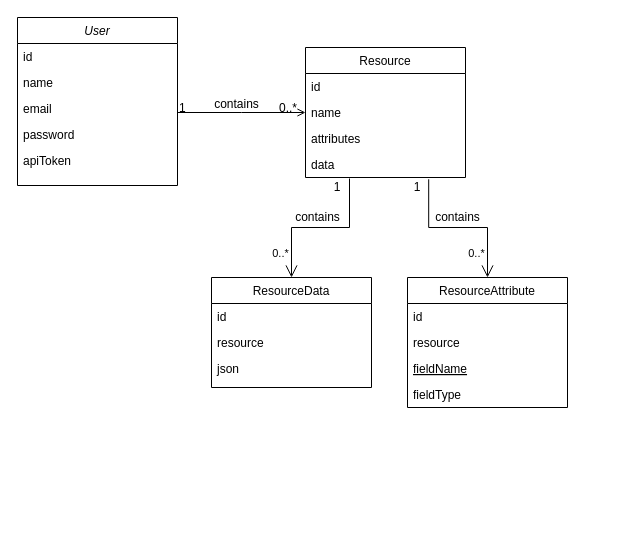
Above: documentation/fapi.drawio in emersonrjr03/fapi-api (draw.io), before the change. Source tidied: cells renumbered, new cells numbered last; positions are measured from the earlier drawing's top-left corner, leaving out a move shared by most shapes. Both pictures are drawn from the tidied source at 100%, with x=0, y=0 at pixel (17, 17).
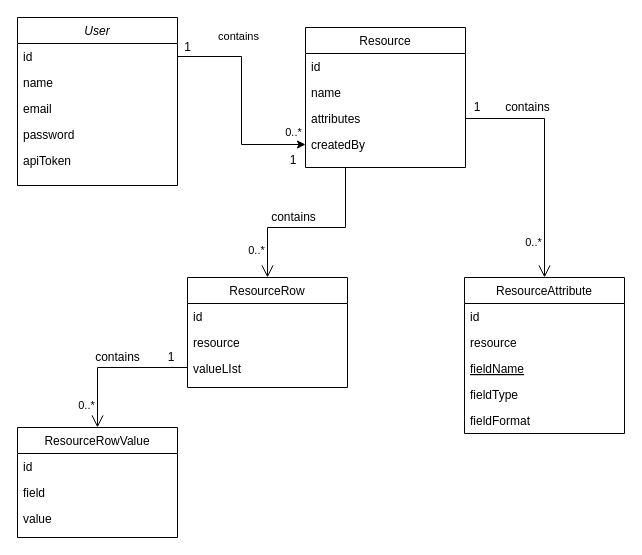
The same page after the edit.

Unchanged cells that the change refers to:
```xml
<mxCell id="2" value="User" style="swimlane;fontStyle=2;align=center;verticalAlign=top;horizontal=1;startSize=26;rounded=0;shadow=0;strokeWidth=1;" parent="1" vertex="1">
  <mxGeometry width="160" height="168" as="geometry" />
</mxCell>
<mxCell id="3" value="id" style="text;align=left;verticalAlign=top;spacingLeft=4;spacingRight=4;overflow=hidden;points=[[0,0.5],[1,0.5]];portConstraint=eastwest;" parent="2" vertex="1">
  <mxGeometry y="26" width="160" height="26" as="geometry" />
</mxCell>
<mxCell id="13" value="attributes" style="text;align=left;verticalAlign=top;spacingLeft=4;spacingRight=4;overflow=hidden;points=[[0,0.5],[1,0.5]];portConstraint=eastwest;rounded=0;shadow=0;html=0;" parent="10" vertex="1">
  <mxGeometry y="78" width="160" height="26" as="geometry" />
</mxCell>
```

The edit, as a diff of the source:
```diff
@@
-    <mxCell id="8" style="endArrow=open;endSize=10;endFill=0;shadow=0;strokeWidth=1;rounded=0;edgeStyle=elbowEdgeStyle;elbow=vertical;exitX=0.77;exitY=1.069;exitDx=0;exitDy=0;exitPerimeter=0;entryX=0.5;entryY=0;entryDx=0;entryDy=0;" parent="1" edge="1" source="14" target="23">
+    <mxCell id="8" style="endArrow=open;endSize=10;endFill=0;shadow=0;strokeWidth=1;rounded=0;edgeStyle=elbowEdgeStyle;elbow=vertical;exitX=1;exitY=0.5;exitDx=0;exitDy=0;entryX=0.5;entryY=0;entryDx=0;entryDy=0;" parent="1" edge="1" source="13" target="23">
       <mxGeometry relative="1" as="geometry">
         <Array as="points">
-          <mxPoint x="420" y="210" />
+          <mxPoint x="490" y="101" />
           <mxPoint x="390" y="200" />
         </Array>
       </mxGeometry>
     </mxCell>
@@
     <mxCell id="10" value="Resource" style="swimlane;fontStyle=0;align=center;verticalAlign=top;horizontal=1;startSize=26;rounded=0;shadow=0;strokeWidth=1;" parent="1" vertex="1">
-      <mxGeometry x="288" y="30" width="160" height="130" as="geometry" />
+      <mxGeometry x="288" y="10" width="160" height="140" as="geometry" />
     </mxCell>
@@
-    <mxCell id="14" value="data" style="text;align=left;verticalAlign=top;spacingLeft=4;spacingRight=4;overflow=hidden;points=[[0,0.5],[1,0.5]];portConstraint=eastwest;rounded=0;shadow=0;html=0;" parent="10" vertex="1">
+    <mxCell id="14" value="createdBy" style="text;align=left;verticalAlign=top;spacingLeft=4;spacingRight=4;overflow=hidden;points=[[0,0.5],[1,0.5]];portConstraint=eastwest;rounded=0;shadow=0;html=0;" parent="10" vertex="1">
       <mxGeometry y="104" width="160" height="26" as="geometry" />
     </mxCell>
-    <mxCell id="15" style="endArrow=open;shadow=0;strokeWidth=1;rounded=0;endFill=1;edgeStyle=elbowEdgeStyle;elbow=vertical;" parent="1" edge="1" source="2" target="10">
-      <mxGeometry x="0.5" y="41" relative="1" as="geometry">
-        <mxPoint x="-40" y="32" as="offset" />
-      </mxGeometry>
-    </mxCell>
-    <mxCell id="16" value="1" style="align=left;verticalAlign=bottom;labelBackgroundColor=none;fontSize=12;" parent="15" vertex="1">
-      <mxGeometry x="-1" relative="1" as="geometry">
-        <mxPoint y="4" as="offset" />
-      </mxGeometry>
-    </mxCell>
-    <mxCell id="17" value="0..*" style="align=right;verticalAlign=bottom;labelBackgroundColor=none;fontSize=12;" parent="15" vertex="1">
-      <mxGeometry x="1" relative="1" as="geometry">
-        <mxPoint x="-7" y="4" as="offset" />
-      </mxGeometry>
-    </mxCell>
-    <mxCell id="18" value="contains" style="text;html=1;align=center;verticalAlign=middle;labelBackgroundColor=none;rounded=0;shadow=0;strokeWidth=1;fontSize=12;" parent="15" vertex="1">
-      <mxGeometry x="0.5" y="49" relative="1" as="geometry">
-        <mxPoint x="-38" y="40" as="offset" />
-      </mxGeometry>
-    </mxCell>
     <mxCell id="19" value="1" style="text;html=1;strokeColor=none;fillColor=none;align=center;verticalAlign=middle;whiteSpace=wrap;rounded=0;" parent="1" vertex="1">
-      <mxGeometry x="380" y="160" width="40" height="20" as="geometry" />
+      <mxGeometry x="440" y="80" width="40" height="20" as="geometry" />
     </mxCell>
     <mxCell id="20" value="contains" style="text;html=1;align=center;verticalAlign=middle;" parent="1" vertex="1">
-      <mxGeometry x="410" y="190" width="60" height="20" as="geometry" />
+      <mxGeometry x="480" y="80" width="60" height="20" as="geometry" />
     </mxCell>
-    <mxCell id="21" style="endArrow=open;endSize=10;endFill=0;shadow=0;strokeWidth=1;rounded=0;edgeStyle=elbowEdgeStyle;elbow=vertical;exitX=0.275;exitY=1.038;exitDx=0;exitDy=0;exitPerimeter=0;entryX=0.5;entryY=0;entryDx=0;entryDy=0;" parent="1" edge="1" source="14" target="30">
-      <mxGeometry relative="1" as="geometry" />
+    <mxCell id="21" style="endArrow=open;endSize=10;endFill=0;shadow=0;strokeWidth=1;rounded=0;edgeStyle=elbowEdgeStyle;elbow=vertical;entryX=0.5;entryY=0;entryDx=0;entryDy=0;exitX=0.25;exitY=1;exitDx=0;exitDy=0;" parent="1" edge="1" source="10" target="30">
+      <mxGeometry relative="1" as="geometry">
+        <Array as="points">
+          <mxPoint x="290" y="210" />
+        </Array>
+      </mxGeometry>
     </mxCell>
@@
+    <mxCell id="28" value="1" style="text;html=1;strokeColor=none;fillColor=none;align=center;verticalAlign=middle;whiteSpace=wrap;rounded=0;" parent="1" vertex="1">
+      <mxGeometry x="266" y="133" width="20" height="20" as="geometry" />
+    </mxCell>
+    <mxCell id="29" value="contains" style="text;html=1;align=center;verticalAlign=middle;" parent="1" vertex="1">
+      <mxGeometry x="246" y="190" width="60" height="20" as="geometry" />
+    </mxCell>
+    <mxCell id="34" value="1" style="text;html=1;strokeColor=none;fillColor=none;align=center;verticalAlign=middle;whiteSpace=wrap;rounded=0;" parent="1" vertex="1">
+      <mxGeometry x="148" y="330" width="12" height="20" as="geometry" />
+    </mxCell>
+    <mxCell id="35" value="contains" style="text;html=1;align=center;verticalAlign=middle;" parent="1" vertex="1">
+      <mxGeometry x="70" y="330" width="60" height="20" as="geometry" />
+    </mxCell>
+    <mxCell id="36" style="endArrow=open;endSize=10;endFill=0;shadow=0;strokeWidth=1;rounded=0;edgeStyle=elbowEdgeStyle;elbow=vertical;exitX=0;exitY=0.5;exitDx=0;exitDy=0;entryX=0.5;entryY=0;entryDx=0;entryDy=0;" parent="1" edge="1" source="33" target="42">
+      <mxGeometry relative="1" as="geometry">
+        <Array as="points">
+          <mxPoint x="140" y="350" />
+        </Array>
+      </mxGeometry>
+    </mxCell>
+    <mxCell id="37" value="0..*" style="edgeLabel;html=1;align=center;verticalAlign=middle;" parent="36" vertex="1">
+      <mxGeometry x="0.7" y="-2" relative="1" as="geometry">
+        <mxPoint x="-10" as="offset" />
+      </mxGeometry>
+    </mxCell>
+    <mxCell id="38" style="edgeStyle=orthogonalEdgeStyle;rounded=0;jettySize=auto;html=1;exitX=1;exitY=0.5;exitDx=0;exitDy=0;entryX=0;entryY=0.5;entryDx=0;entryDy=0;" parent="1" edge="1" source="3" target="14">
+      <mxGeometry relative="1" as="geometry" />
+    </mxCell>
+    <mxCell id="39" value="0..*" style="edgeLabel;html=1;align=center;verticalAlign=middle;" parent="38" vertex="1">
+      <mxGeometry x="0.89" y="1" relative="1" as="geometry">
+        <mxPoint x="-0.8" y="-12" as="offset" />
+      </mxGeometry>
+    </mxCell>
+    <mxCell id="40" value="contains" style="edgeLabel;html=1;align=center;verticalAlign=middle;" parent="38" vertex="1">
+      <mxGeometry x="0.11" relative="1" as="geometry">
+        <mxPoint x="-4" y="-76.1" as="offset" />
+      </mxGeometry>
+    </mxCell>
+    <mxCell id="41" value="1" style="text;html=1;align=center;verticalAlign=middle;" parent="1" vertex="1">
+      <mxGeometry x="160" y="20" width="20" height="20" as="geometry" />
+    </mxCell>
+    <mxCell id="42" value="ResourceRowValue" style="swimlane;fontStyle=0;align=center;verticalAlign=top;horizontal=1;startSize=26;rounded=0;shadow=0;strokeWidth=1;" parent="1" vertex="1">
+      <mxGeometry y="410" width="160" height="110" as="geometry" />
+    </mxCell>
+    <mxCell id="43" value="id" style="text;align=left;verticalAlign=top;spacingLeft=4;spacingRight=4;overflow=hidden;" parent="42" vertex="1">
+      <mxGeometry y="26" width="160" height="26" as="geometry" />
+    </mxCell>
+    <mxCell id="44" value="field" style="text;align=left;verticalAlign=top;spacingLeft=4;spacingRight=4;overflow=hidden;" parent="42" vertex="1">
+      <mxGeometry y="52" width="160" height="26" as="geometry" />
+    </mxCell>
+    <mxCell id="45" value="value" style="text;align=left;verticalAlign=top;spacingLeft=4;spacingRight=4;overflow=hidden;" parent="42" vertex="1">
+      <mxGeometry y="78" width="160" height="26" as="geometry" />
+    </mxCell>
     <mxCell id="23" value="ResourceAttribute" style="swimlane;fontStyle=0;align=center;verticalAlign=top;horizontal=1;startSize=26;rounded=0;shadow=0;strokeWidth=1;" parent="1" vertex="1">
-      <mxGeometry x="390" y="260" width="160" height="130" as="geometry" />
+      <mxGeometry x="447" y="260" width="160" height="156" as="geometry" />
     </mxCell>
@@
-    <mxCell id="28" value="1" style="text;html=1;strokeColor=none;fillColor=none;align=center;verticalAlign=middle;whiteSpace=wrap;rounded=0;" parent="1" vertex="1">
-      <mxGeometry x="300" y="160" width="40" height="20" as="geometry" />
-    </mxCell>
-    <mxCell id="29" value="contains" style="text;html=1;align=center;verticalAlign=middle;" parent="1" vertex="1">
-      <mxGeometry x="270" y="190" width="60" height="20" as="geometry" />
-    </mxCell>
+    <mxCell id="46" value="fieldFormat" style="text;align=left;verticalAlign=top;spacingLeft=4;spacingRight=4;overflow=hidden;" parent="23" vertex="1">
+      <mxGeometry y="130" width="160" height="26" as="geometry" />
+    </mxCell>
-    <mxCell id="30" value="ResourceData" style="swimlane;fontStyle=0;align=center;verticalAlign=top;horizontal=1;startSize=26;rounded=0;shadow=0;strokeWidth=1;" parent="1" vertex="1">
-      <mxGeometry x="194" y="260" width="160" height="110" as="geometry" />
+    <mxCell id="30" value="ResourceRow" style="swimlane;fontStyle=0;align=center;verticalAlign=top;horizontal=1;startSize=26;rounded=0;shadow=0;strokeWidth=1;" parent="1" vertex="1">
+      <mxGeometry x="170" y="260" width="160" height="110" as="geometry" />
     </mxCell>
@@
-    <mxCell id="33" value="json" style="text;align=left;verticalAlign=top;spacingLeft=4;spacingRight=4;overflow=hidden;points=[[0,0.5],[1,0.5]];portConstraint=eastwest;" parent="30" vertex="1">
+    <mxCell id="33" value="valueLIst" style="text;align=left;verticalAlign=top;spacingLeft=4;spacingRight=4;overflow=hidden;points=[[0,0.5],[1,0.5]];portConstraint=eastwest;" parent="30" vertex="1">
       <mxGeometry y="78" width="160" height="26" as="geometry" />
     </mxCell>
```
